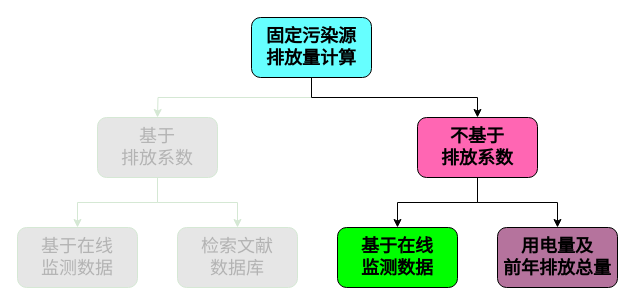
Above: 不基于排放系数的计算法.drawio in WienWong/Misc (draw.io), before the change. Source tidied: cells renumbered, new cells numbered last; positions are measured from the earlier drawing's top-left corner, leaving out a move shared by most shapes. Both pictures are drawn from the tidied source at 100%, with x=0, y=0 at pixel (17, 17).
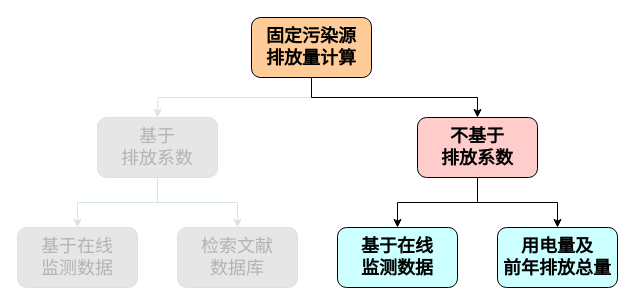
The same page after the edit.

Commit message:
Update 不基于排放系数的计算法.drawio

Change to the diagram source:
```diff
@@
 <mxGraphModel>
   <root>
     <mxCell id="0" />
     <mxCell id="1" parent="0" />
     <mxCell id="2" style="edgeStyle=orthogonalEdgeStyle;rounded=0;jettySize=auto;html=1;exitX=0.5;exitY=1;exitDx=0;exitDy=0;strokeColor=#D5E8D4;" parent="1" edge="1" source="4">
       <mxGeometry relative="1" as="geometry">
         <mxPoint x="140" y="100" as="targetPoint" />
       </mxGeometry>
     </mxCell>
     <mxCell id="3" style="edgeStyle=orthogonalEdgeStyle;rounded=0;jettySize=auto;html=1;exitX=0.5;exitY=1;exitDx=0;exitDy=0;" parent="1" edge="1" source="4" target="7">
       <mxGeometry relative="1" as="geometry" />
     </mxCell>
-    <mxCell id="4" value="&lt;font style=&quot;font-size: 18px&quot;&gt;&lt;b&gt;固定污染源&lt;br&gt;排放量计算&lt;/b&gt;&lt;/font&gt;" style="rounded=1;whiteSpace=wrap;html=1;fillColor=#66FFFF;" parent="1" vertex="1">
+    <mxCell id="4" value="&lt;font style=&quot;font-size: 18px&quot;&gt;&lt;b&gt;固定污染源&lt;br&gt;排放量计算&lt;/b&gt;&lt;/font&gt;" style="rounded=1;whiteSpace=wrap;html=1;fillColor=#FFCC99;" parent="1" vertex="1">
       <mxGeometry x="234" width="120" height="60" as="geometry" />
     </mxCell>
     <mxCell id="5" style="edgeStyle=orthogonalEdgeStyle;rounded=0;jettySize=auto;html=1;exitX=0.5;exitY=1;exitDx=0;exitDy=0;entryX=0.5;entryY=0;entryDx=0;entryDy=0;" parent="1" edge="1" source="7" target="8">
       <mxGeometry relative="1" as="geometry" />
     </mxCell>
     <mxCell id="6" style="edgeStyle=orthogonalEdgeStyle;rounded=0;jettySize=auto;html=1;exitX=0.5;exitY=1;exitDx=0;exitDy=0;entryX=0.5;entryY=0;entryDx=0;entryDy=0;" parent="1" edge="1" source="7" target="9">
       <mxGeometry relative="1" as="geometry" />
     </mxCell>
-    <mxCell id="7" value="&lt;font style=&quot;font-size: 18px&quot;&gt;&lt;b&gt;不基于&lt;br&gt;排放系数&lt;/b&gt;&lt;/font&gt;" style="rounded=1;whiteSpace=wrap;html=1;fillColor=#FF66B3;" parent="1" vertex="1">
+    <mxCell id="7" value="&lt;font style=&quot;font-size: 18px&quot;&gt;&lt;b&gt;不基于&lt;br&gt;排放系数&lt;/b&gt;&lt;/font&gt;" style="rounded=1;whiteSpace=wrap;html=1;fillColor=#FFCCCC;" parent="1" vertex="1">
       <mxGeometry x="400" y="100" width="120" height="60" as="geometry" />
     </mxCell>
-    <mxCell id="8" value="&lt;font style=&quot;font-size: 18px&quot;&gt;&lt;b&gt;基于在线&lt;br&gt;监测数据&lt;/b&gt;&lt;/font&gt;" style="rounded=1;whiteSpace=wrap;html=1;fillColor=#00FF00;" parent="1" vertex="1">
+    <mxCell id="8" value="&lt;font style=&quot;font-size: 18px&quot;&gt;&lt;b&gt;基于在线&lt;br&gt;监测数据&lt;/b&gt;&lt;/font&gt;" style="rounded=1;whiteSpace=wrap;html=1;fillColor=#CCFFFF;" parent="1" vertex="1">
       <mxGeometry x="320" y="210" width="120" height="60" as="geometry" />
     </mxCell>
-    <mxCell id="9" value="&lt;span style=&quot;font-size: 18px&quot;&gt;&lt;b&gt;用电量及&lt;br&gt;前年排放总量&lt;/b&gt;&lt;/span&gt;" style="rounded=1;whiteSpace=wrap;html=1;fillColor=#B5739D;" parent="1" vertex="1">
+    <mxCell id="9" value="&lt;span style=&quot;font-size: 18px&quot;&gt;&lt;b&gt;用电量及&lt;br&gt;前年排放总量&lt;/b&gt;&lt;/span&gt;" style="rounded=1;whiteSpace=wrap;html=1;fillColor=#CCFFFF;" parent="1" vertex="1">
       <mxGeometry x="480" y="210" width="120" height="60" as="geometry" />
     </mxCell>
     <mxCell id="10" style="edgeStyle=orthogonalEdgeStyle;rounded=0;jettySize=auto;html=1;exitX=0.5;exitY=1;exitDx=0;exitDy=0;entryX=0.5;entryY=0;entryDx=0;entryDy=0;strokeColor=#D5E8D4;fillColor=#E6E6E6;" parent="1" edge="1" source="12" target="13">
       <mxGeometry relative="1" as="geometry" />
     </mxCell>
     <mxCell id="11" style="edgeStyle=orthogonalEdgeStyle;rounded=0;jettySize=auto;html=1;exitX=0.5;exitY=1;exitDx=0;exitDy=0;entryX=0.5;entryY=0;entryDx=0;entryDy=0;strokeColor=#D5E8D4;fillColor=#E6E6E6;" parent="1" edge="1" source="12" target="14">
       <mxGeometry relative="1" as="geometry" />
     </mxCell>
     <mxCell id="12" value="&lt;font style=&quot;font-size: 18px ; background-color: rgb(230 , 230 , 230)&quot; color=&quot;#b3b3b3&quot;&gt;基于&lt;br&gt;排放系数&lt;/font&gt;" style="rounded=1;whiteSpace=wrap;html=1;strokeColor=#D5E8D4;fillColor=#E6E6E6;" parent="1" vertex="1">
       <mxGeometry x="80" y="100" width="120" height="60" as="geometry" />
     </mxCell>
     <mxCell id="13" value="&lt;font color=&quot;#b3b3b3&quot;&gt;&lt;span style=&quot;font-size: 18px ; background-color: rgb(230 , 230 , 230)&quot;&gt;检索文献&lt;br&gt;数据库&lt;/span&gt;&lt;/font&gt;" style="rounded=1;whiteSpace=wrap;html=1;strokeColor=#D5E8D4;fillColor=#E6E6E6;" parent="1" vertex="1">
       <mxGeometry x="160" y="210" width="120" height="60" as="geometry" />
     </mxCell>
     <mxCell id="14" value="&lt;font color=&quot;#b3b3b3&quot;&gt;&lt;span style=&quot;font-size: 18px ; background-color: rgb(230 , 230 , 230)&quot;&gt;基于在线&lt;br&gt;监测数据&lt;/span&gt;&lt;/font&gt;" style="rounded=1;whiteSpace=wrap;html=1;strokeColor=#D5E8D4;fillColor=#E6E6E6;" parent="1" vertex="1">
       <mxGeometry y="210" width="120" height="60" as="geometry" />
     </mxCell>
   </root>
 </mxGraphModel>
```
